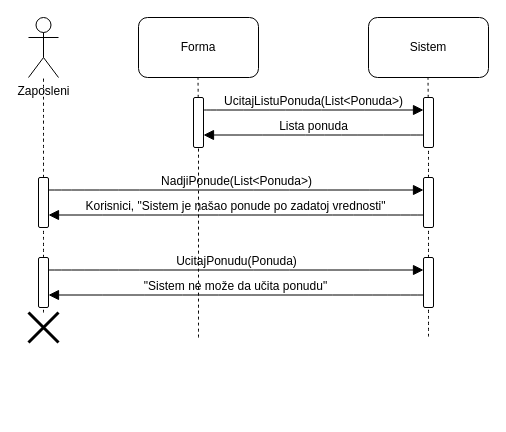
jancekk/agencija_turisticka keeps this draw.io diagram as Dijagram sekvenci-izmena ponude.drawio. Above is the earlier version. Source tidied: cells renumbered, new cells numbered last; positions are measured from the earlier drawing's top-left corner, leaving out a move shared by most shapes. Both pictures are drawn from the tidied source at 100%, with x=0, y=0 at pixel (18, 17).
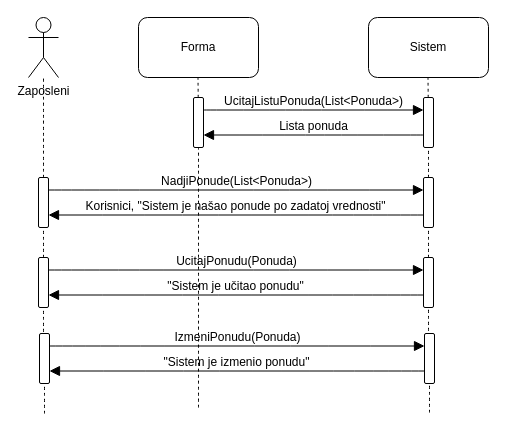
After the change.

Unchanged cells that the change refers to:
```xml
<mxCell id="8" style="rounded=1;whiteSpace=wrap;html=1;rotation=-90;" parent="1" vertex="1">
  <mxGeometry x="155" y="100" width="50" height="10" as="geometry" />
</mxCell>
<mxCell id="15" style="rounded=1;whiteSpace=wrap;html=1;rotation=-90;" parent="1" vertex="1">
  <mxGeometry x="385" y="260" width="50" height="10" as="geometry" />
</mxCell>
<mxCell id="25" style="rounded=1;whiteSpace=wrap;html=1;rotation=-90;" parent="1" vertex="1">
  <mxGeometry y="260" width="50" height="10" as="geometry" />
</mxCell>
```

The edit, as a diff of the source:
```diff
@@
     <mxCell id="13" style="endArrow=none;dashed=1;html=1;rounded=0;fontSize=12;startSize=8;endSize=8;curved=1;entryX=0;entryY=0.5;entryDx=0;entryDy=0;" parent="1" edge="1" target="8">
       <mxGeometry relative="1" as="geometry">
-        <mxPoint x="180" y="320" as="sourcePoint" />
+        <mxPoint x="180" y="390" as="sourcePoint" />
       </mxGeometry>
     </mxCell>
@@
-    <mxCell id="21" value="&quot;Sistem ne može da učita ponudu&quot;" style="html=1;verticalAlign=bottom;labelBackgroundColor=none;endArrow=block;endFill=1;rounded=0;fontSize=12;startSize=8;endSize=8;curved=1;entryX=0.25;entryY=1;entryDx=0;entryDy=0;exitX=0.25;exitY=0;exitDx=0;exitDy=0;" parent="1" edge="1" source="15" target="25">
+    <mxCell id="21" value="&quot;Sistem je učitao ponudu&quot;" style="html=1;verticalAlign=bottom;labelBackgroundColor=none;endArrow=block;endFill=1;rounded=0;fontSize=12;startSize=8;endSize=8;curved=1;entryX=0.25;entryY=1;entryDx=0;entryDy=0;exitX=0.25;exitY=0;exitDx=0;exitDy=0;" parent="1" edge="1" source="15" target="25">
       <mxGeometry relative="1" as="geometry" />
     </mxCell>
@@
-    <mxCell id="24" style="endArrow=none;dashed=1;html=1;rounded=0;fontSize=12;startSize=8;endSize=8;curved=1;" parent="1" edge="1" source="26" target="25">
-      <mxGeometry relative="1" as="geometry" />
+    <mxCell id="24" style="endArrow=none;dashed=1;html=1;rounded=0;fontSize=12;startSize=8;endSize=8;curved=1;" parent="1" edge="1" target="25">
+      <mxGeometry relative="1" as="geometry">
+        <mxPoint x="25" y="320" as="sourcePoint" />
+      </mxGeometry>
     </mxCell>
@@
-    <mxCell id="26" style="shape=umlDestroy;whiteSpace=wrap;html=1;strokeWidth=3;targetShapes=umlLifeline;" parent="1" vertex="1">
-      <mxGeometry x="10" y="295" width="30" height="30" as="geometry" />
-    </mxCell>
+    <mxCell id="27" style="endArrow=none;dashed=1;html=1;rounded=0;fontSize=12;startSize=8;endSize=8;curved=1;exitX=1;exitY=0.5;exitDx=0;exitDy=0;" parent="1" edge="1" target="28">
+      <mxGeometry relative="1" as="geometry">
+        <mxPoint x="411" y="395" as="sourcePoint" />
+      </mxGeometry>
+    </mxCell>
+    <mxCell id="28" style="rounded=1;whiteSpace=wrap;html=1;rotation=-90;" parent="1" vertex="1">
+      <mxGeometry x="386" y="336" width="50" height="10" as="geometry" />
+    </mxCell>
+    <mxCell id="29" value="IzmeniPonudu(Ponuda)" style="html=1;verticalAlign=bottom;labelBackgroundColor=none;endArrow=block;endFill=1;rounded=0;fontSize=12;startSize=8;endSize=8;curved=1;entryX=0.75;entryY=0;entryDx=0;entryDy=0;exitX=0.75;exitY=1;exitDx=0;exitDy=0;" parent="1" edge="1" source="32" target="28">
+      <mxGeometry relative="1" as="geometry" />
+    </mxCell>
+    <mxCell id="30" value="&quot;Sistem je izmenio ponudu&quot;" style="html=1;verticalAlign=bottom;labelBackgroundColor=none;endArrow=block;endFill=1;rounded=0;fontSize=12;startSize=8;endSize=8;curved=1;entryX=0.25;entryY=1;entryDx=0;entryDy=0;exitX=0.25;exitY=0;exitDx=0;exitDy=0;" parent="1" edge="1" source="28" target="32">
+      <mxGeometry relative="1" as="geometry" />
+    </mxCell>
+    <mxCell id="31" style="endArrow=none;dashed=1;html=1;rounded=0;fontSize=12;startSize=8;endSize=8;curved=1;" parent="1" edge="1" target="32">
+      <mxGeometry relative="1" as="geometry">
+        <mxPoint x="26" y="396" as="sourcePoint" />
+      </mxGeometry>
+    </mxCell>
+    <mxCell id="32" style="rounded=1;whiteSpace=wrap;html=1;rotation=-90;" parent="1" vertex="1">
+      <mxGeometry x="1" y="336" width="50" height="10" as="geometry" />
+    </mxCell>
```
